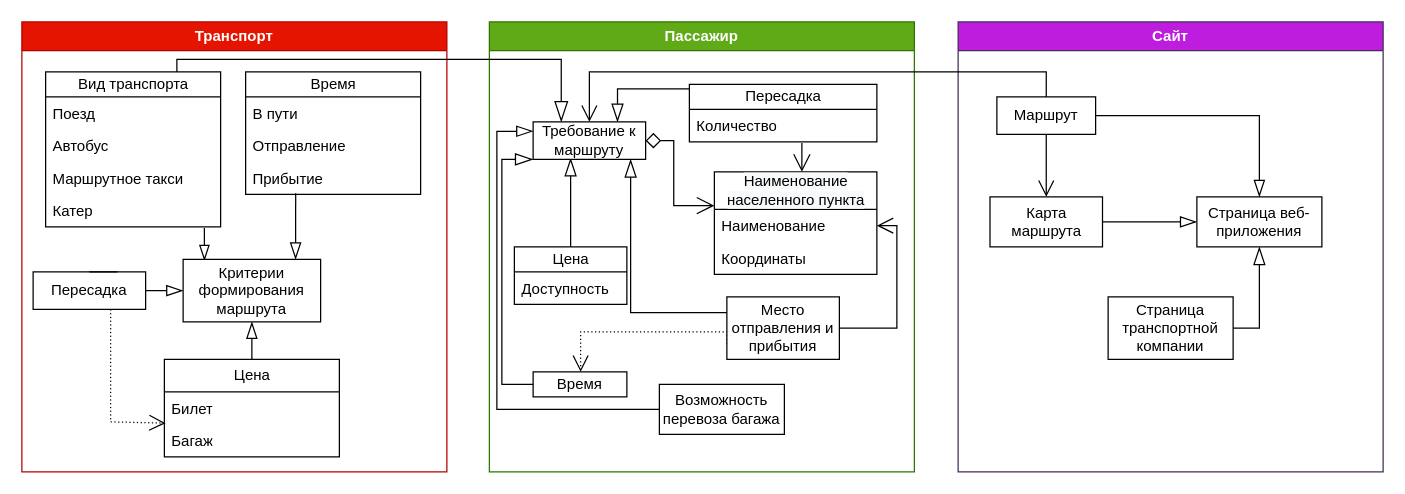
Earlier version of the draw.io diagram мпо.drawio (Anaastasiya/-). Source tidied: cells renumbered, new cells numbered last; positions are measured from the earlier drawing's top-left corner, leaving out a move shared by most shapes. Both pictures are drawn from the tidied source at 125%, with x=0, y=0 at pixel (21, 21).
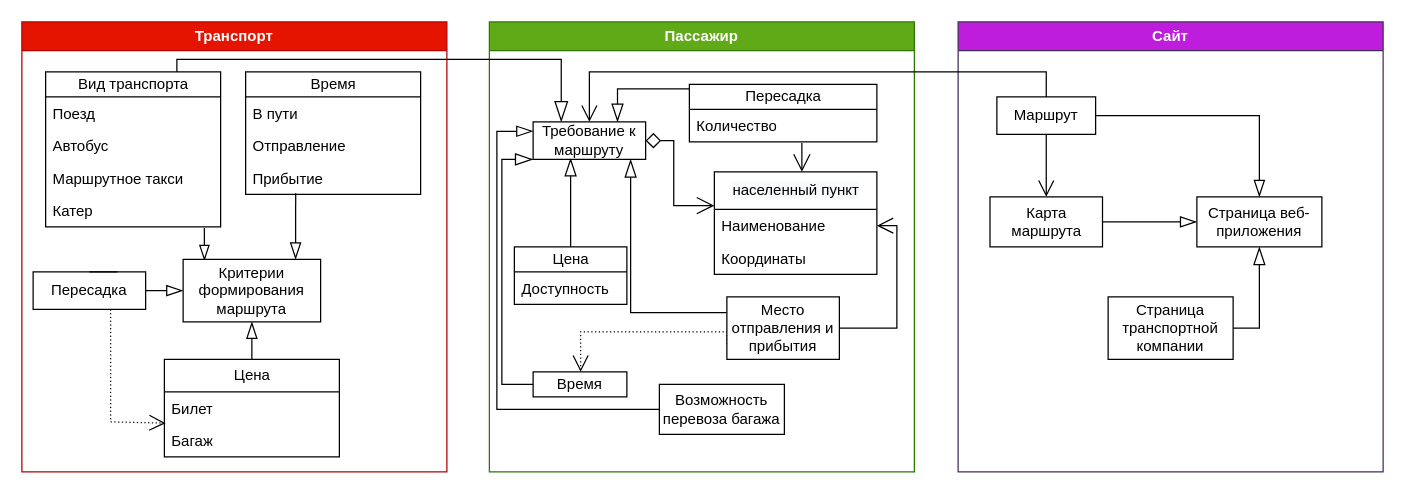
The same diagram, later.

The change refers to these unchanged cells:
```xml
<mxCell id="23" value="Пассажир" style="swimlane;whiteSpace=wrap;html=1;fillColor=#60a917;strokeColor=#2D7600;fontColor=#ffffff;" parent="1" vertex="1">
  <mxGeometry x="374" width="340" height="360" as="geometry" />
</mxCell>
```

The edit, as a diff of the source:
```diff
@@
-    <mxCell id="40" value="&lt;span style=&quot;text-align: left; background-color: rgb(248, 249, 250);&quot;&gt;Наименование &lt;br&gt;населенного пункта&lt;/span&gt;" style="swimlane;fontStyle=0;horizontal=1;startSize=30;fillColor=none;html=1;" parent="23" vertex="1">
+    <mxCell id="40" value="&lt;span style=&quot;text-align: left; background-color: rgb(248, 249, 250);&quot;&gt;населенный пункт&lt;/span&gt;" style="swimlane;fontStyle=0;horizontal=1;startSize=30;fillColor=none;html=1;" parent="23" vertex="1">
       <mxGeometry x="180" y="120" width="130" height="82" as="geometry" />
     </mxCell>
```
